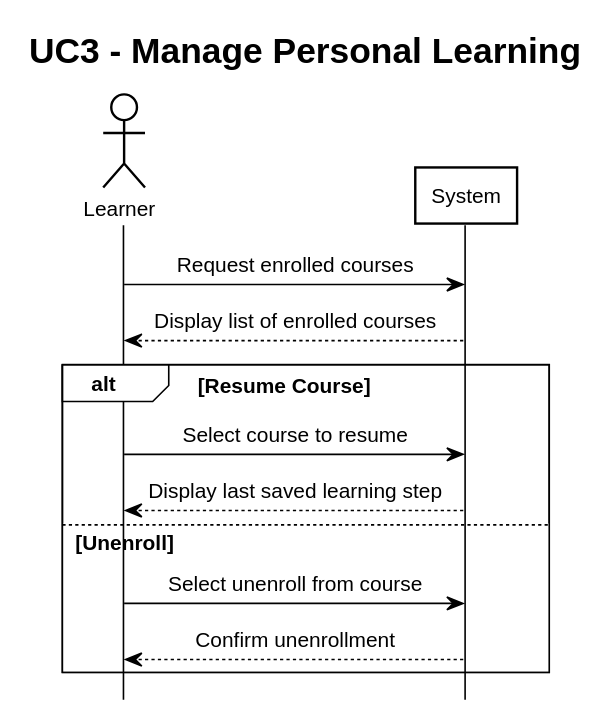
Before: out/Analysis/SSDs/UC3_ManagePersonalLearning/UC3_ManagePersonalLearning.svg, a diagram exported from PlantUML (SEPCheesecakeFactory/SEP3). Its diagram source:
```plantuml
@startuml
title UC3 - Manage Personal Learning
!include https://raw.githubusercontent.com/fredoslav2004/MinimalThemePUML/refs/heads/main/minimal-theme.puml

actor Learner
participant System

Learner -> System: Request enrolled courses
System --> Learner: Display list of enrolled courses
alt Resume Course
    Learner -> System: Select course to resume
    System --> Learner: Display last saved learning step
else Unenroll
    Learner -> System: Select unenroll from course
    System --> Learner: Confirm unenrollment
end
@enduml
```
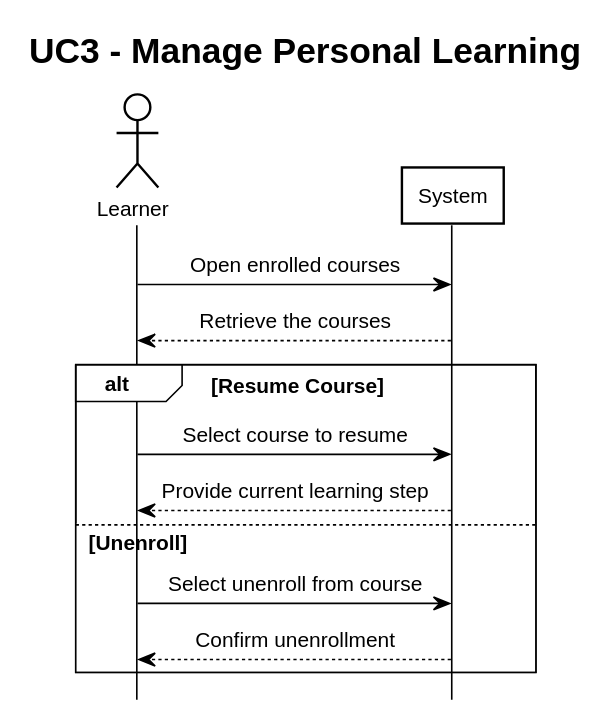
The same diagram one commit later.

Diff of the diagram source:
```diff
@@ -5,11 +5,11 @@
 actor Learner
 participant System
 
-Learner -> System: Request enrolled courses
-System --> Learner: Display list of enrolled courses
+Learner -> System: Open enrolled courses
+System --> Learner: Retrieve the courses
 alt Resume Course
     Learner -> System: Select course to resume
-    System --> Learner: Display last saved learning step
+    System --> Learner: Provide current learning step
 else Unenroll
     Learner -> System: Select unenroll from course
     System --> Learner: Confirm unenrollment
```
